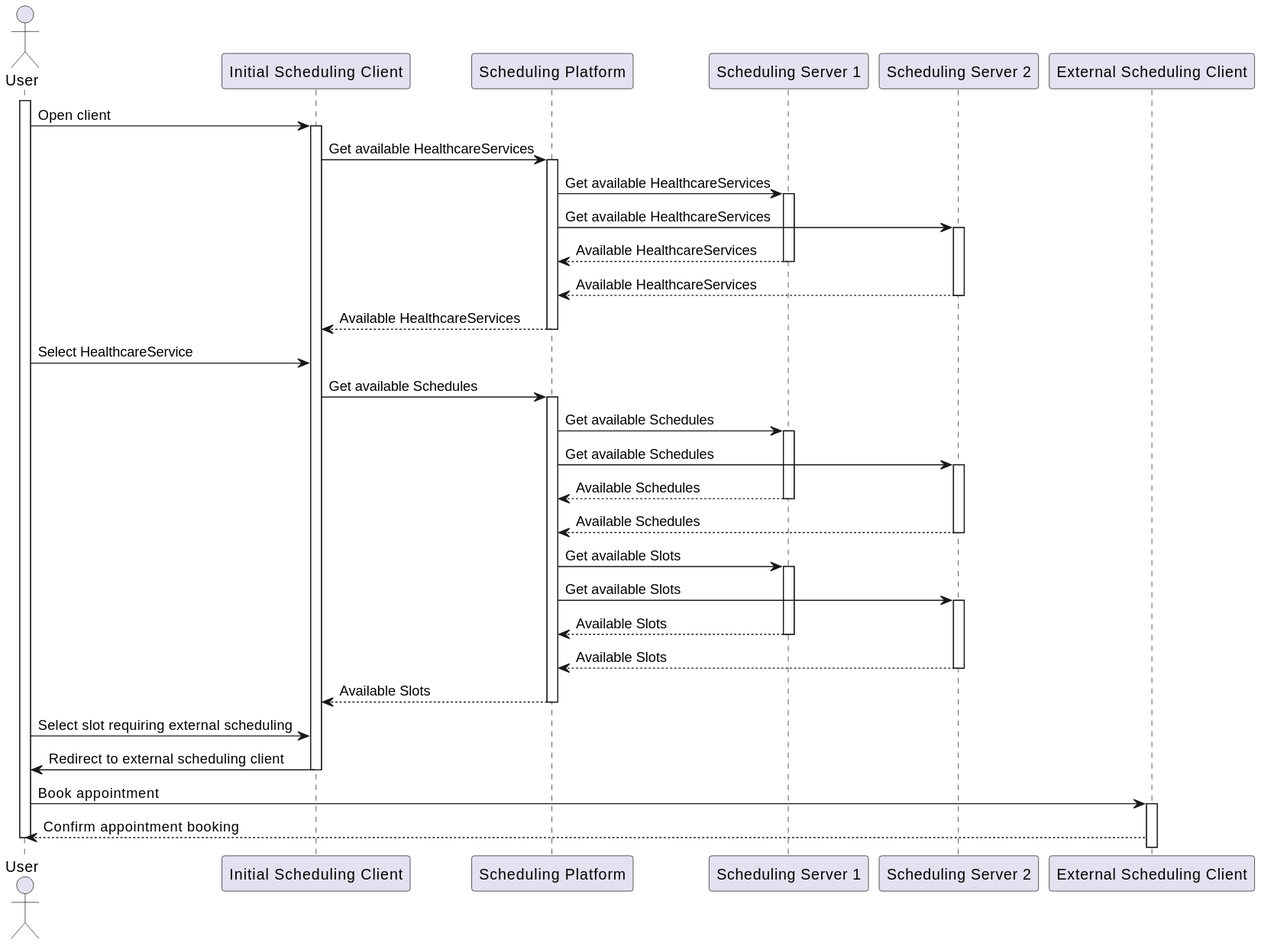
Above: r5-TC-FHIR-AG-Scheduling-R5-main/scenarios/sequence-platform-external.svg in HL7Austria/hl7austria.github.io (PlantUML), before the change.
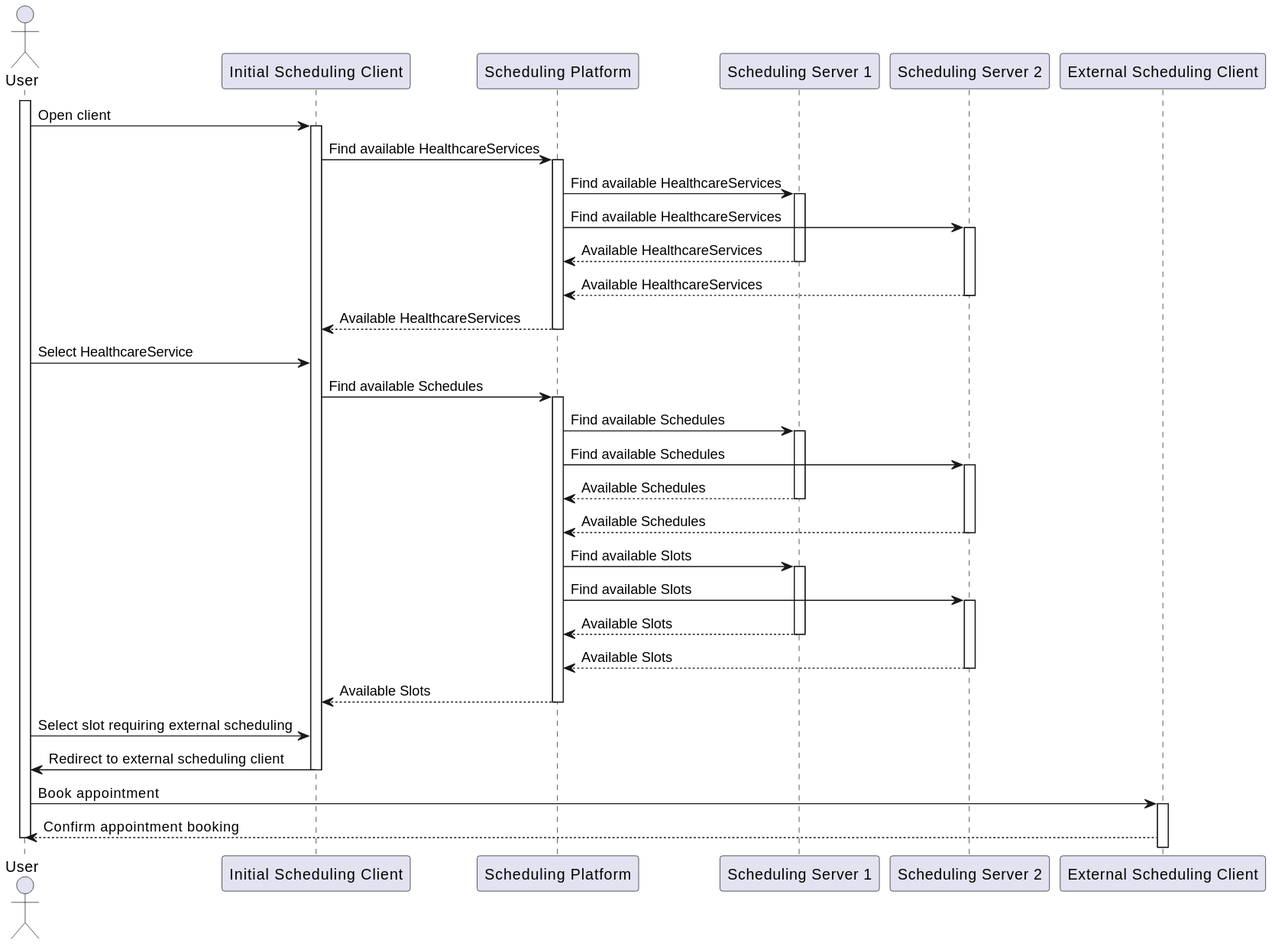
The same diagram one commit later.

Diff of the diagram source:
```diff
@@ -9,11 +9,11 @@
 activate user
 user -> client: Open client
 activate client
-client -> platform: Get available HealthcareServices
+client -> platform: Find available HealthcareServices
 activate platform
-platform -> schedServ1: Get available HealthcareServices
+platform -> schedServ1: Find available HealthcareServices
 activate schedServ1
-platform -> schedServ2: Get available HealthcareServices
+platform -> schedServ2: Find available HealthcareServices
 activate schedServ2
 schedServ1 ---> platform: Available HealthcareServices
 deactivate schedServ1
@@ -23,20 +23,20 @@
 deactivate platform
 
 user -> client: Select HealthcareService
-client -> platform: Get available Schedules
+client -> platform: Find available Schedules
 activate platform
-platform -> schedServ1: Get available Schedules
+platform -> schedServ1: Find available Schedules
 activate schedServ1
-platform -> schedServ2: Get available Schedules
+platform -> schedServ2: Find available Schedules
 activate schedServ2
 schedServ1 ---> platform: Available Schedules
 deactivate schedServ1
 schedServ2 ---> platform: Available Schedules
 deactivate schedServ2
 
-platform -> schedServ1: Get available Slots
+platform -> schedServ1: Find available Slots
 activate schedServ1
-platform -> schedServ2: Get available Slots
+platform -> schedServ2: Find available Slots
 activate schedServ2
 schedServ1 ---> platform: Available Slots
 deactivate schedServ1
```
